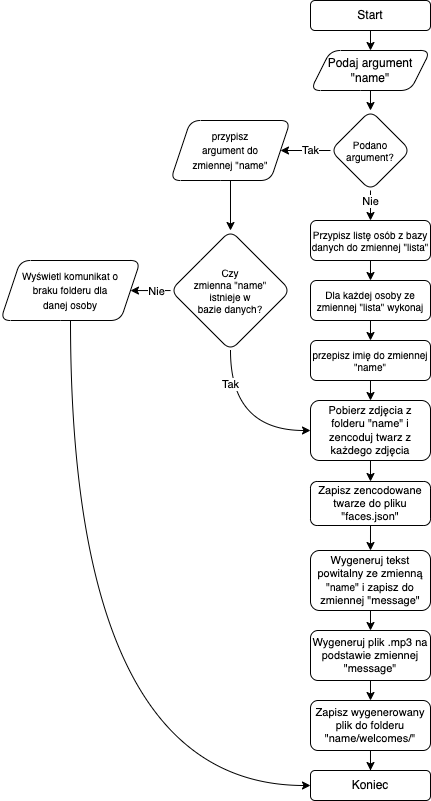
Before: imgs/png/generujacy.drawio.png, a diagram exported from draw.io (Cooookiez/UWr-Praca-inzynierska-pisana). Source tidied: cells renumbered, new cells last; positions are measured from the earlier drawing's top-left corner, leaving out a move shared by most shapes.
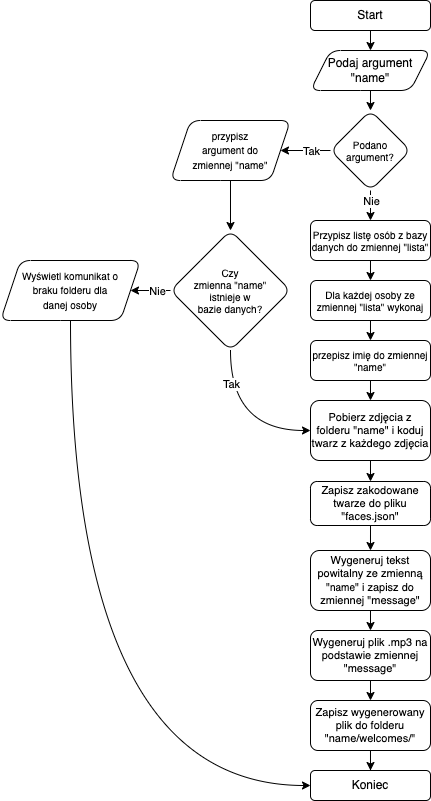
After the change.

Commit message:
enccode w schemacie blokowym

Diff of the diagram source:
```diff
@@ -62,13 +62,13 @@
     <mxCell id="17" style="edgeStyle=orthogonalEdgeStyle;shape=connector;curved=1;rounded=1;jettySize=auto;html=1;labelBackgroundColor=default;fontFamily=Helvetica;fontSize=11;fontColor=default;endArrow=classic;strokeColor=default;" parent="1" edge="1" source="18" target="20">
       <mxGeometry relative="1" as="geometry" />
     </mxCell>
-    <mxCell id="18" value="Pobierz zdjęcia z folderu &quot;name&quot; i zencoduj twarz z każdego zdjęcia" style="whiteSpace=wrap;html=1;fontSize=11;rounded=1;" parent="1" vertex="1">
+    <mxCell id="18" value="Pobierz zdjęcia z folderu &quot;name&quot; i koduj twarz z każdego zdjęcia" style="whiteSpace=wrap;html=1;fontSize=11;rounded=1;" parent="1" vertex="1">
       <mxGeometry x="310" y="400" width="120" height="60" as="geometry" />
     </mxCell>
     <mxCell id="19" style="edgeStyle=orthogonalEdgeStyle;shape=connector;curved=1;rounded=1;jettySize=auto;html=1;labelBackgroundColor=default;fontFamily=Helvetica;fontSize=11;fontColor=default;endArrow=classic;strokeColor=default;" parent="1" edge="1" source="20" target="26">
       <mxGeometry relative="1" as="geometry" />
     </mxCell>
-    <mxCell id="20" value="Zapisz zencodowane twarze do pliku &quot;faces.json&quot;" style="whiteSpace=wrap;html=1;fontSize=11;rounded=1;" parent="1" vertex="1">
+    <mxCell id="20" value="Zapisz zakodowane twarze do pliku &quot;faces.json&quot;" style="whiteSpace=wrap;html=1;fontSize=11;rounded=1;" parent="1" vertex="1">
       <mxGeometry x="310" y="481" width="120" height="44" as="geometry" />
     </mxCell>
     <mxCell id="21" style="edgeStyle=orthogonalEdgeStyle;rounded=0;jettySize=auto;html=1;" parent="1" edge="1" source="22" target="23">
```
